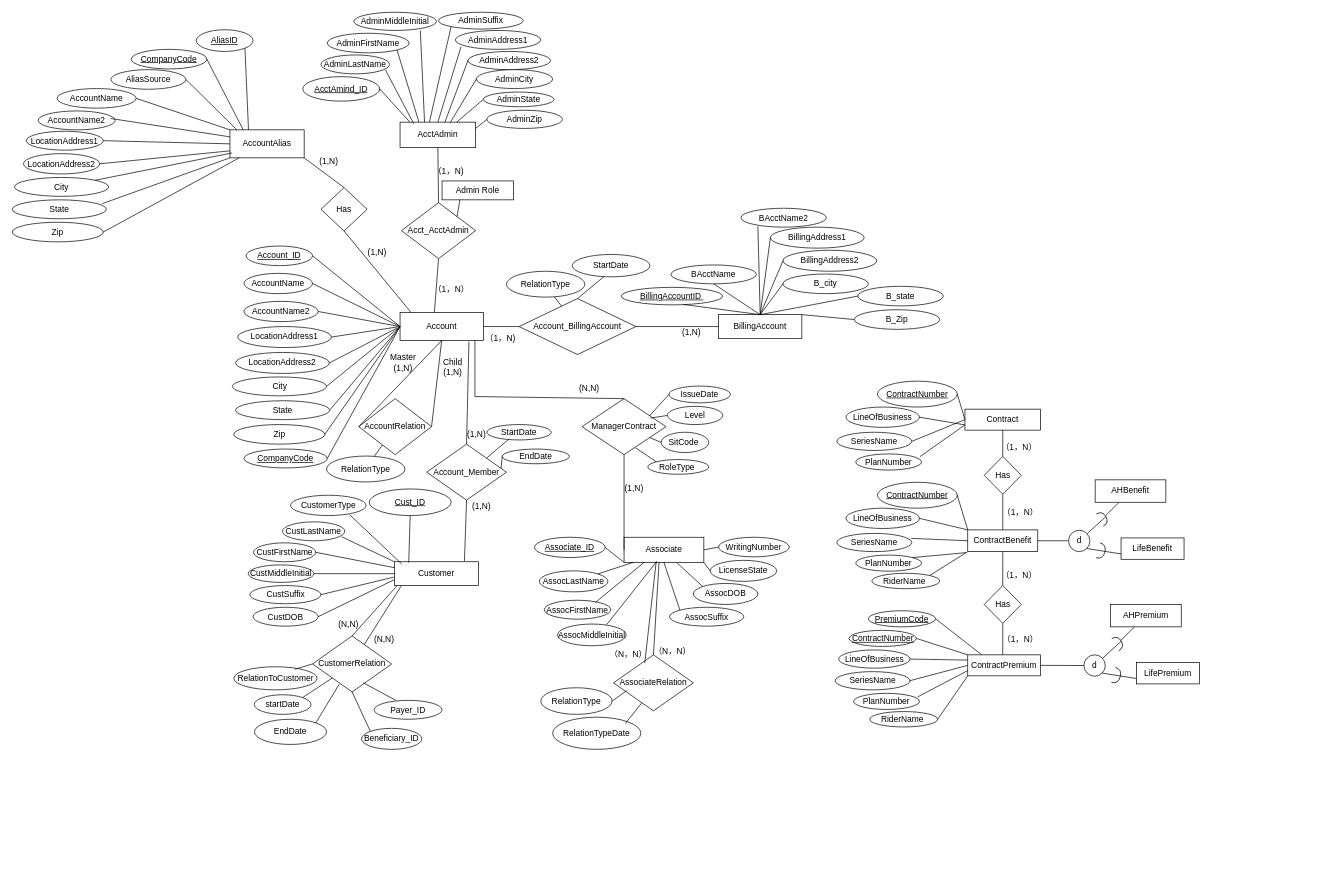
Above: page "Page-1" (1 of 2) of dsm-project-p1.drawio in HanquanL/c_practices (draw.io), before the change. Source tidied: cells renumbered, new cells numbered last; positions are measured from the earlier drawing's top-left corner, leaving out a move shared by most shapes. Both pictures are drawn from the tidied source at 70%, with x=0, y=0 at pixel (12, 12).
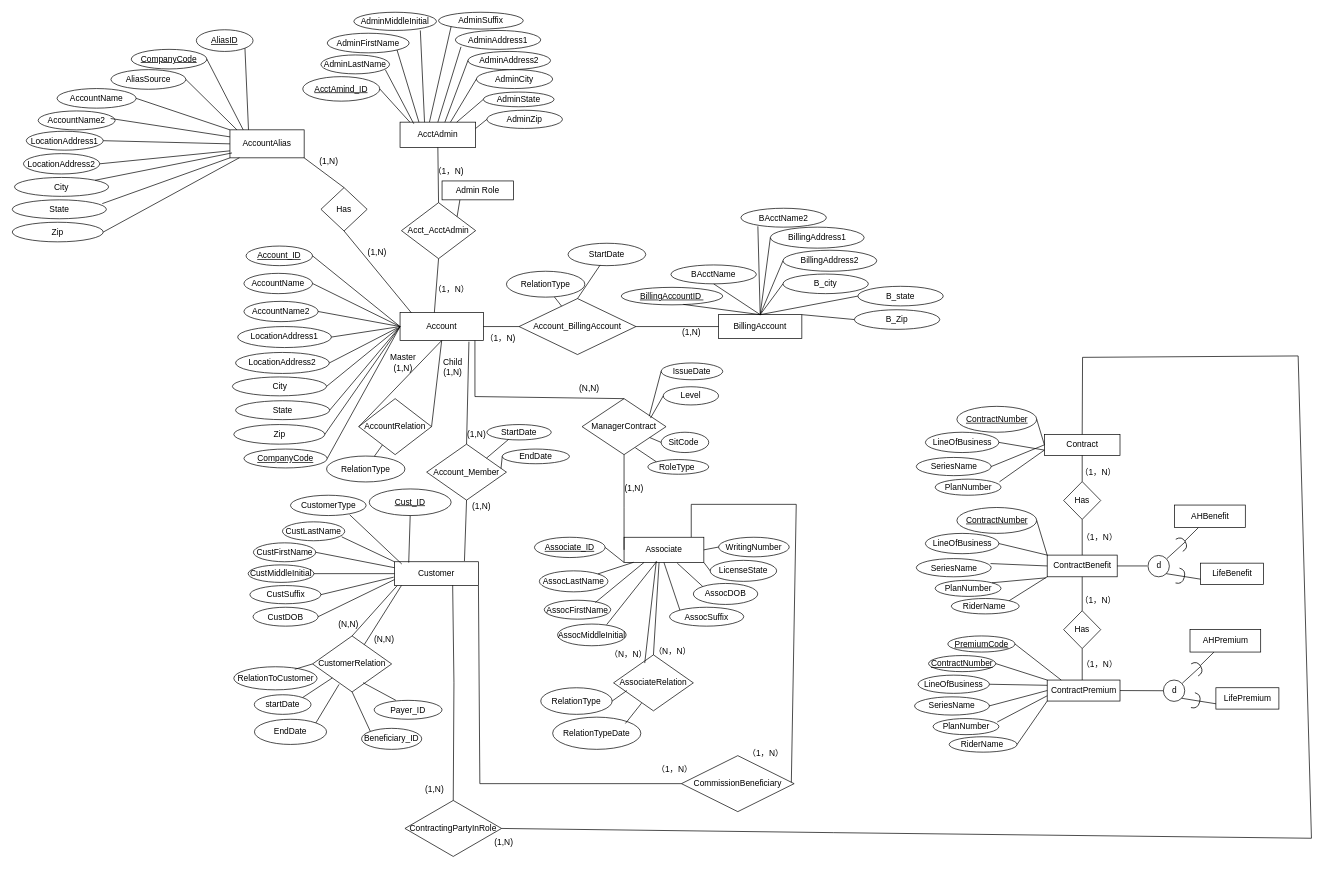
The same page after the edit.

Commit message:
working on commission

Unchanged cells that the change refers to:
```xml
<mxCell id="82" value="Customer" style="rounded=0;whiteSpace=wrap;html=1;" parent="1" vertex="1">
  <mxGeometry x="546" y="785" width="120" height="34" as="geometry" />
</mxCell>
<mxCell id="128" value="Associate" style="rounded=0;whiteSpace=wrap;html=1;" parent="1" vertex="1">
  <mxGeometry x="874" y="750" width="114" height="36" as="geometry" />
</mxCell>
```

The edit, as a diff of the source:
```diff
@@
     <mxCell id="46" value="StartDate" style="ellipse;whiteSpace=wrap;html=1;" parent="1" vertex="1">
-      <mxGeometry x="800" y="346" width="111" height="32" as="geometry" />
+      <mxGeometry x="794" y="330" width="111" height="32" as="geometry" />
     </mxCell>
@@
     <mxCell id="152" value="Level" style="ellipse;whiteSpace=wrap;html=1;" parent="1" vertex="1">
-      <mxGeometry x="936" y="563" width="79" height="26" as="geometry" />
+      <mxGeometry x="930" y="535" width="79" height="26" as="geometry" />
     </mxCell>
@@
     <mxCell id="154" value="IssueDate" style="ellipse;whiteSpace=wrap;html=1;" parent="1" vertex="1">
-      <mxGeometry x="938" y="534" width="88" height="24" as="geometry" />
+      <mxGeometry x="927" y="501" width="88" height="24" as="geometry" />
     </mxCell>
@@
     <mxCell id="169" value="Contract" style="rounded=0;whiteSpace=wrap;html=1;" parent="1" vertex="1">
-      <mxGeometry x="1361" y="567" width="108" height="30" as="geometry" />
+      <mxGeometry x="1474.5" y="603" width="108" height="30" as="geometry" />
     </mxCell>
     <mxCell id="170" value="&lt;u&gt;ContractNumber&lt;/u&gt;" style="ellipse;whiteSpace=wrap;html=1;" parent="1" vertex="1">
-      <mxGeometry x="1236" y="527" width="114" height="37" as="geometry" />
+      <mxGeometry x="1349.5" y="563" width="114" height="37" as="geometry" />
     </mxCell>
@@
     <mxCell id="172" value="LineOfBusiness" style="ellipse;whiteSpace=wrap;html=1;" parent="1" vertex="1">
-      <mxGeometry x="1191" y="564" width="105" height="29" as="geometry" />
+      <mxGeometry x="1304.5" y="600" width="105" height="29" as="geometry" />
     </mxCell>
     <mxCell id="173" value="SeriesName" style="ellipse;whiteSpace=wrap;html=1;" parent="1" vertex="1">
-      <mxGeometry x="1178" y="600" width="107" height="26" as="geometry" />
+      <mxGeometry x="1291.5" y="636" width="107" height="26" as="geometry" />
     </mxCell>
     <mxCell id="174" value="PlanNumber" style="ellipse;whiteSpace=wrap;html=1;" parent="1" vertex="1">
-      <mxGeometry x="1205" y="631" width="94" height="23" as="geometry" />
+      <mxGeometry x="1318.5" y="667" width="94" height="23" as="geometry" />
     </mxCell>
@@
     <mxCell id="178" value="Has" style="rhombus;whiteSpace=wrap;html=1;" parent="1" vertex="1">
-      <mxGeometry x="1388.5" y="634.5" width="53" height="54" as="geometry" />
+      <mxGeometry x="1502" y="670.5" width="53" height="54" as="geometry" />
     </mxCell>
@@
     <mxCell id="180" value="ContractBenefit" style="rounded=0;whiteSpace=wrap;html=1;" parent="1" vertex="1">
-      <mxGeometry x="1365" y="739.5" width="100" height="31" as="geometry" />
+      <mxGeometry x="1478.5" y="775.5" width="100" height="31" as="geometry" />
     </mxCell>
@@
     <mxCell id="182" value="RiderName&amp;nbsp;" style="ellipse;whiteSpace=wrap;html=1;" parent="1" vertex="1">
-      <mxGeometry x="1228" y="801.5" width="97" height="22" as="geometry" />
+      <mxGeometry x="1341.5" y="837.5" width="97" height="22" as="geometry" />
     </mxCell>
     <mxCell id="183" value="&lt;u&gt;ContractNumber&lt;/u&gt;" style="ellipse;whiteSpace=wrap;html=1;" parent="1" vertex="1">
-      <mxGeometry x="1236" y="671.5" width="114" height="37" as="geometry" />
+      <mxGeometry x="1349.5" y="707.5" width="114" height="37" as="geometry" />
     </mxCell>
     <mxCell id="184" value="LineOfBusiness" style="ellipse;whiteSpace=wrap;html=1;" parent="1" vertex="1">
-      <mxGeometry x="1191" y="708.5" width="105" height="29" as="geometry" />
+      <mxGeometry x="1304.5" y="744.5" width="105" height="29" as="geometry" />
     </mxCell>
     <mxCell id="185" value="SeriesName" style="ellipse;whiteSpace=wrap;html=1;" parent="1" vertex="1">
-      <mxGeometry x="1178" y="744.5" width="107" height="26" as="geometry" />
+      <mxGeometry x="1291.5" y="780.5" width="107" height="26" as="geometry" />
     </mxCell>
     <mxCell id="186" value="PlanNumber" style="ellipse;whiteSpace=wrap;html=1;" parent="1" vertex="1">
-      <mxGeometry x="1205" y="775.5" width="94" height="23" as="geometry" />
+      <mxGeometry x="1318.5" y="811.5" width="94" height="23" as="geometry" />
     </mxCell>
@@
     <mxCell id="190" style="endArrow=none;html=1;rounded=0;exitX=1;exitY=0;exitDx=0;exitDy=0;" parent="1" edge="1" source="186">
       <mxGeometry relative="1" as="geometry">
-        <mxPoint x="1363" y="772" as="targetPoint" />
+        <mxPoint x="1476.5" y="808" as="targetPoint" />
       </mxGeometry>
     </mxCell>
@@
     <mxCell id="192" value="（1，N）" style="text;html=1;align=center;verticalAlign=middle;strokeColor=none;fillColor=none;" parent="1" vertex="1">
-      <mxGeometry x="1403" y="608.5" width="69" height="26" as="geometry" />
+      <mxGeometry x="1516.5" y="644.5" width="69" height="26" as="geometry" />
     </mxCell>
     <mxCell id="193" value="（1，N）" style="text;html=1;align=center;verticalAlign=middle;strokeColor=none;fillColor=none;" parent="1" vertex="1">
-      <mxGeometry x="1405" y="702" width="69" height="26" as="geometry" />
+      <mxGeometry x="1518.5" y="738" width="69" height="26" as="geometry" />
     </mxCell>
     <mxCell id="194" style="endArrow=none;html=1;rounded=0;entryX=1;entryY=0.5;entryDx=0;entryDy=0;" parent="1" edge="1" target="180">
       <mxGeometry relative="1" as="geometry">
-        <mxPoint x="1508" y="755" as="sourcePoint" />
+        <mxPoint x="1621.5" y="791" as="sourcePoint" />
       </mxGeometry>
     </mxCell>
     <mxCell id="195" value="d" style="ellipse;whiteSpace=wrap;html=1;" parent="1" vertex="1">
-      <mxGeometry x="1509" y="740" width="30.5" height="30.5" as="geometry" />
+      <mxGeometry x="1622.5" y="776" width="30.5" height="30.5" as="geometry" />
     </mxCell>
@@
     <mxCell id="197" value="AHBenefit" style="rounded=0;whiteSpace=wrap;html=1;" parent="1" vertex="1">
-      <mxGeometry x="1547" y="668" width="101" height="32" as="geometry" />
+      <mxGeometry x="1660.5" y="704" width="101" height="32" as="geometry" />
     </mxCell>
     <mxCell id="198" value="LifeBenefit" style="rounded=0;whiteSpace=wrap;html=1;" parent="1" vertex="1">
-      <mxGeometry x="1584" y="751" width="90" height="30.5" as="geometry" />
+      <mxGeometry x="1697.5" y="787" width="90" height="30.5" as="geometry" />
     </mxCell>
@@
     <mxCell id="200" style="endArrow=none;html=1;rounded=0;entryX=1;entryY=0.5;entryDx=0;entryDy=0;entryPerimeter=0;" parent="1" edge="1" target="201">
       <mxGeometry relative="1" as="geometry">
-        <mxPoint x="1536" y="744.5" as="sourcePoint" />
+        <mxPoint x="1649.5" y="780.5" as="sourcePoint" />
       </mxGeometry>
     </mxCell>
     <mxCell id="201" style="shape=requiredInterface;html=1;verticalLabelPosition=bottom;sketch=0;rotation=-30;" parent="1" vertex="1">
-      <mxGeometry x="1553" y="713" width="10" height="20" as="geometry" />
+      <mxGeometry x="1666.5" y="749" width="10" height="20" as="geometry" />
     </mxCell>
     <mxCell id="202" style="shape=requiredInterface;html=1;verticalLabelPosition=bottom;sketch=0;rotation=15;" parent="1" vertex="1">
-      <mxGeometry x="1551" y="759" width="10" height="22" as="geometry" />
+      <mxGeometry x="1664.5" y="795" width="10" height="22" as="geometry" />
     </mxCell>
     <mxCell id="203" value="Has" style="rhombus;whiteSpace=wrap;html=1;" parent="1" vertex="1">
-      <mxGeometry x="1388.5" y="819" width="53" height="54" as="geometry" />
+      <mxGeometry x="1502" y="855" width="53" height="54" as="geometry" />
     </mxCell>
@@
     <mxCell id="206" value="ContractPremium" style="rounded=0;whiteSpace=wrap;html=1;" parent="1" vertex="1">
-      <mxGeometry x="1365" y="918" width="104" height="30" as="geometry" />
+      <mxGeometry x="1478.5" y="954" width="104" height="30" as="geometry" />
     </mxCell>
     <mxCell id="207" value="&lt;u&gt;PremiumCode&lt;/u&gt;" style="ellipse;whiteSpace=wrap;html=1;" parent="1" vertex="1">
-      <mxGeometry x="1223" y="855" width="96" height="23" as="geometry" />
+      <mxGeometry x="1336.5" y="891" width="96" height="23" as="geometry" />
     </mxCell>
     <mxCell id="208" value="&lt;u&gt;ContractNumber&lt;/u&gt;" style="ellipse;whiteSpace=wrap;html=1;" parent="1" vertex="1">
-      <mxGeometry x="1195.5" y="883" width="96" height="23" as="geometry" />
+      <mxGeometry x="1309" y="919" width="96" height="23" as="geometry" />
     </mxCell>
     <mxCell id="209" value="LineOfBusiness" style="ellipse;whiteSpace=wrap;html=1;" parent="1" vertex="1">
-      <mxGeometry x="1180.5" y="911" width="102" height="26" as="geometry" />
+      <mxGeometry x="1294" y="947" width="102" height="26" as="geometry" />
     </mxCell>
     <mxCell id="210" value="RiderName&amp;nbsp;" style="ellipse;whiteSpace=wrap;html=1;" parent="1" vertex="1">
-      <mxGeometry x="1225" y="999" width="97" height="22" as="geometry" />
+      <mxGeometry x="1338.5" y="1035" width="97" height="22" as="geometry" />
     </mxCell>
     <mxCell id="211" value="SeriesName" style="ellipse;whiteSpace=wrap;html=1;" parent="1" vertex="1">
-      <mxGeometry x="1175.5" y="942" width="107" height="26" as="geometry" />
+      <mxGeometry x="1289" y="978" width="107" height="26" as="geometry" />
     </mxCell>
     <mxCell id="212" value="PlanNumber" style="ellipse;whiteSpace=wrap;html=1;" parent="1" vertex="1">
-      <mxGeometry x="1202" y="973" width="94" height="23" as="geometry" />
+      <mxGeometry x="1315.5" y="1009" width="94" height="23" as="geometry" />
     </mxCell>
@@
     <mxCell id="216" style="endArrow=none;html=1;rounded=0;entryX=1;entryY=0.5;entryDx=0;entryDy=0;exitX=0;exitY=0.5;exitDx=0;exitDy=0;" parent="1" edge="1" source="206">
       <mxGeometry relative="1" as="geometry">
-        <mxPoint x="1282" y="955" as="targetPoint" />
+        <mxPoint x="1395.5" y="991" as="targetPoint" />
       </mxGeometry>
     </mxCell>
@@
     <mxCell id="219" value="d" style="ellipse;whiteSpace=wrap;html=1;" parent="1" vertex="1">
-      <mxGeometry x="1531" y="918" width="30.5" height="30.5" as="geometry" />
+      <mxGeometry x="1644.5" y="954" width="30.5" height="30.5" as="geometry" />
     </mxCell>
@@
     <mxCell id="221" value="AHPremium" style="rounded=0;whiteSpace=wrap;html=1;" parent="1" vertex="1">
-      <mxGeometry x="1569" y="846" width="101" height="32" as="geometry" />
+      <mxGeometry x="1682.5" y="882" width="101" height="32" as="geometry" />
     </mxCell>
     <mxCell id="222" value="LifePremium" style="rounded=0;whiteSpace=wrap;html=1;" parent="1" vertex="1">
-      <mxGeometry x="1606" y="929" width="90" height="30.5" as="geometry" />
+      <mxGeometry x="1719.5" y="965" width="90" height="30.5" as="geometry" />
     </mxCell>
@@
     <mxCell id="224" style="endArrow=none;html=1;rounded=0;entryX=1;entryY=0.5;entryDx=0;entryDy=0;entryPerimeter=0;" parent="1" edge="1" target="225">
       <mxGeometry relative="1" as="geometry">
-        <mxPoint x="1558" y="922.5" as="sourcePoint" />
+        <mxPoint x="1671.5" y="958.5" as="sourcePoint" />
       </mxGeometry>
     </mxCell>
     <mxCell id="225" style="shape=requiredInterface;html=1;verticalLabelPosition=bottom;sketch=0;rotation=-30;" parent="1" vertex="1">
-      <mxGeometry x="1575" y="891" width="10" height="20" as="geometry" />
+      <mxGeometry x="1688.5" y="927" width="10" height="20" as="geometry" />
     </mxCell>
     <mxCell id="226" style="shape=requiredInterface;html=1;verticalLabelPosition=bottom;sketch=0;rotation=15;" parent="1" vertex="1">
-      <mxGeometry x="1573" y="937" width="10" height="22" as="geometry" />
+      <mxGeometry x="1686.5" y="973" width="10" height="22" as="geometry" />
     </mxCell>
@@
     <mxCell id="228" value="（1，N）" style="text;html=1;align=center;verticalAlign=middle;strokeColor=none;fillColor=none;" parent="1" vertex="1">
-      <mxGeometry x="1403" y="792" width="69" height="26" as="geometry" />
+      <mxGeometry x="1516.5" y="828" width="69" height="26" as="geometry" />
     </mxCell>
     <mxCell id="229" value="（1，N）" style="text;html=1;align=center;verticalAlign=middle;strokeColor=none;fillColor=none;" parent="1" vertex="1">
-      <mxGeometry x="1405" y="883" width="69" height="26" as="geometry" />
+      <mxGeometry x="1518.5" y="919" width="69" height="26" as="geometry" />
     </mxCell>
@@
+    <mxCell id="247" value="ContractingPartyInRole" style="rhombus;whiteSpace=wrap;html=1;" parent="1" vertex="1">
+      <mxGeometry x="561" y="1126" width="138" height="80" as="geometry" />
+    </mxCell>
+    <mxCell id="248" style="endArrow=none;html=1;rounded=0;entryX=0.5;entryY=0;entryDx=0;entryDy=0;exitX=0.693;exitY=0.988;exitDx=0;exitDy=0;exitPerimeter=0;" parent="1" edge="1" source="82" target="247">
+      <mxGeometry relative="1" as="geometry">
+        <Array as="points">
+          <mxPoint x="631" y="958" />
+        </Array>
+      </mxGeometry>
+    </mxCell>
+    <mxCell id="249" style="endArrow=none;html=1;rounded=0;exitX=1;exitY=0.5;exitDx=0;exitDy=0;entryX=0.5;entryY=0;entryDx=0;entryDy=0;" parent="1" edge="1" source="247" target="169">
+      <mxGeometry relative="1" as="geometry">
+        <Array as="points">
+          <mxPoint x="1173" y="1172" />
+          <mxPoint x="1856" y="1180" />
+          <mxPoint x="1837" y="491" />
+          <mxPoint x="1529" y="493" />
+        </Array>
+      </mxGeometry>
+    </mxCell>
+    <mxCell id="250" value="(1,N)" style="text;html=1;align=center;verticalAlign=middle;strokeColor=none;fillColor=none;" parent="1" vertex="1">
+      <mxGeometry x="580" y="1098" width="45" height="26" as="geometry" />
+    </mxCell>
+    <mxCell id="251" value="(1,N)" style="text;html=1;align=center;verticalAlign=middle;strokeColor=none;fillColor=none;" parent="1" vertex="1">
+      <mxGeometry x="679" y="1173" width="45" height="26" as="geometry" />
+    </mxCell>
+    <mxCell id="252" value="CommissionBeneficiary" style="rhombus;whiteSpace=wrap;html=1;" parent="1" vertex="1">
+      <mxGeometry x="956" y="1062" width="161" height="80" as="geometry" />
+    </mxCell>
+    <mxCell id="253" style="endArrow=none;html=1;rounded=0;exitX=0.975;exitY=0.475;exitDx=0;exitDy=0;exitPerimeter=0;entryX=0.842;entryY=-0.006;entryDx=0;entryDy=0;entryPerimeter=0;" parent="1" edge="1" source="252" target="128">
+      <mxGeometry relative="1" as="geometry">
+        <Array as="points">
+          <mxPoint x="1120" y="703" />
+          <mxPoint x="970" y="703" />
+        </Array>
+      </mxGeometry>
+    </mxCell>
+    <mxCell id="254" style="endArrow=none;html=1;rounded=0;entryX=0;entryY=0.5;entryDx=0;entryDy=0;exitX=1;exitY=1;exitDx=0;exitDy=0;" parent="1" edge="1" source="82" target="252">
+      <mxGeometry relative="1" as="geometry">
+        <Array as="points">
+          <mxPoint x="668" y="1102" />
+        </Array>
+      </mxGeometry>
+    </mxCell>
+    <mxCell id="255" value="（1，N）" style="text;html=1;align=center;verticalAlign=middle;strokeColor=none;fillColor=none;" parent="1" vertex="1">
+      <mxGeometry x="911" y="1069" width="69" height="26" as="geometry" />
+    </mxCell>
+    <mxCell id="256" value="（1，N）" style="text;html=1;align=center;verticalAlign=middle;strokeColor=none;fillColor=none;" parent="1" vertex="1">
+      <mxGeometry x="1041" y="1046" width="69" height="26" as="geometry" />
+    </mxCell>
```
